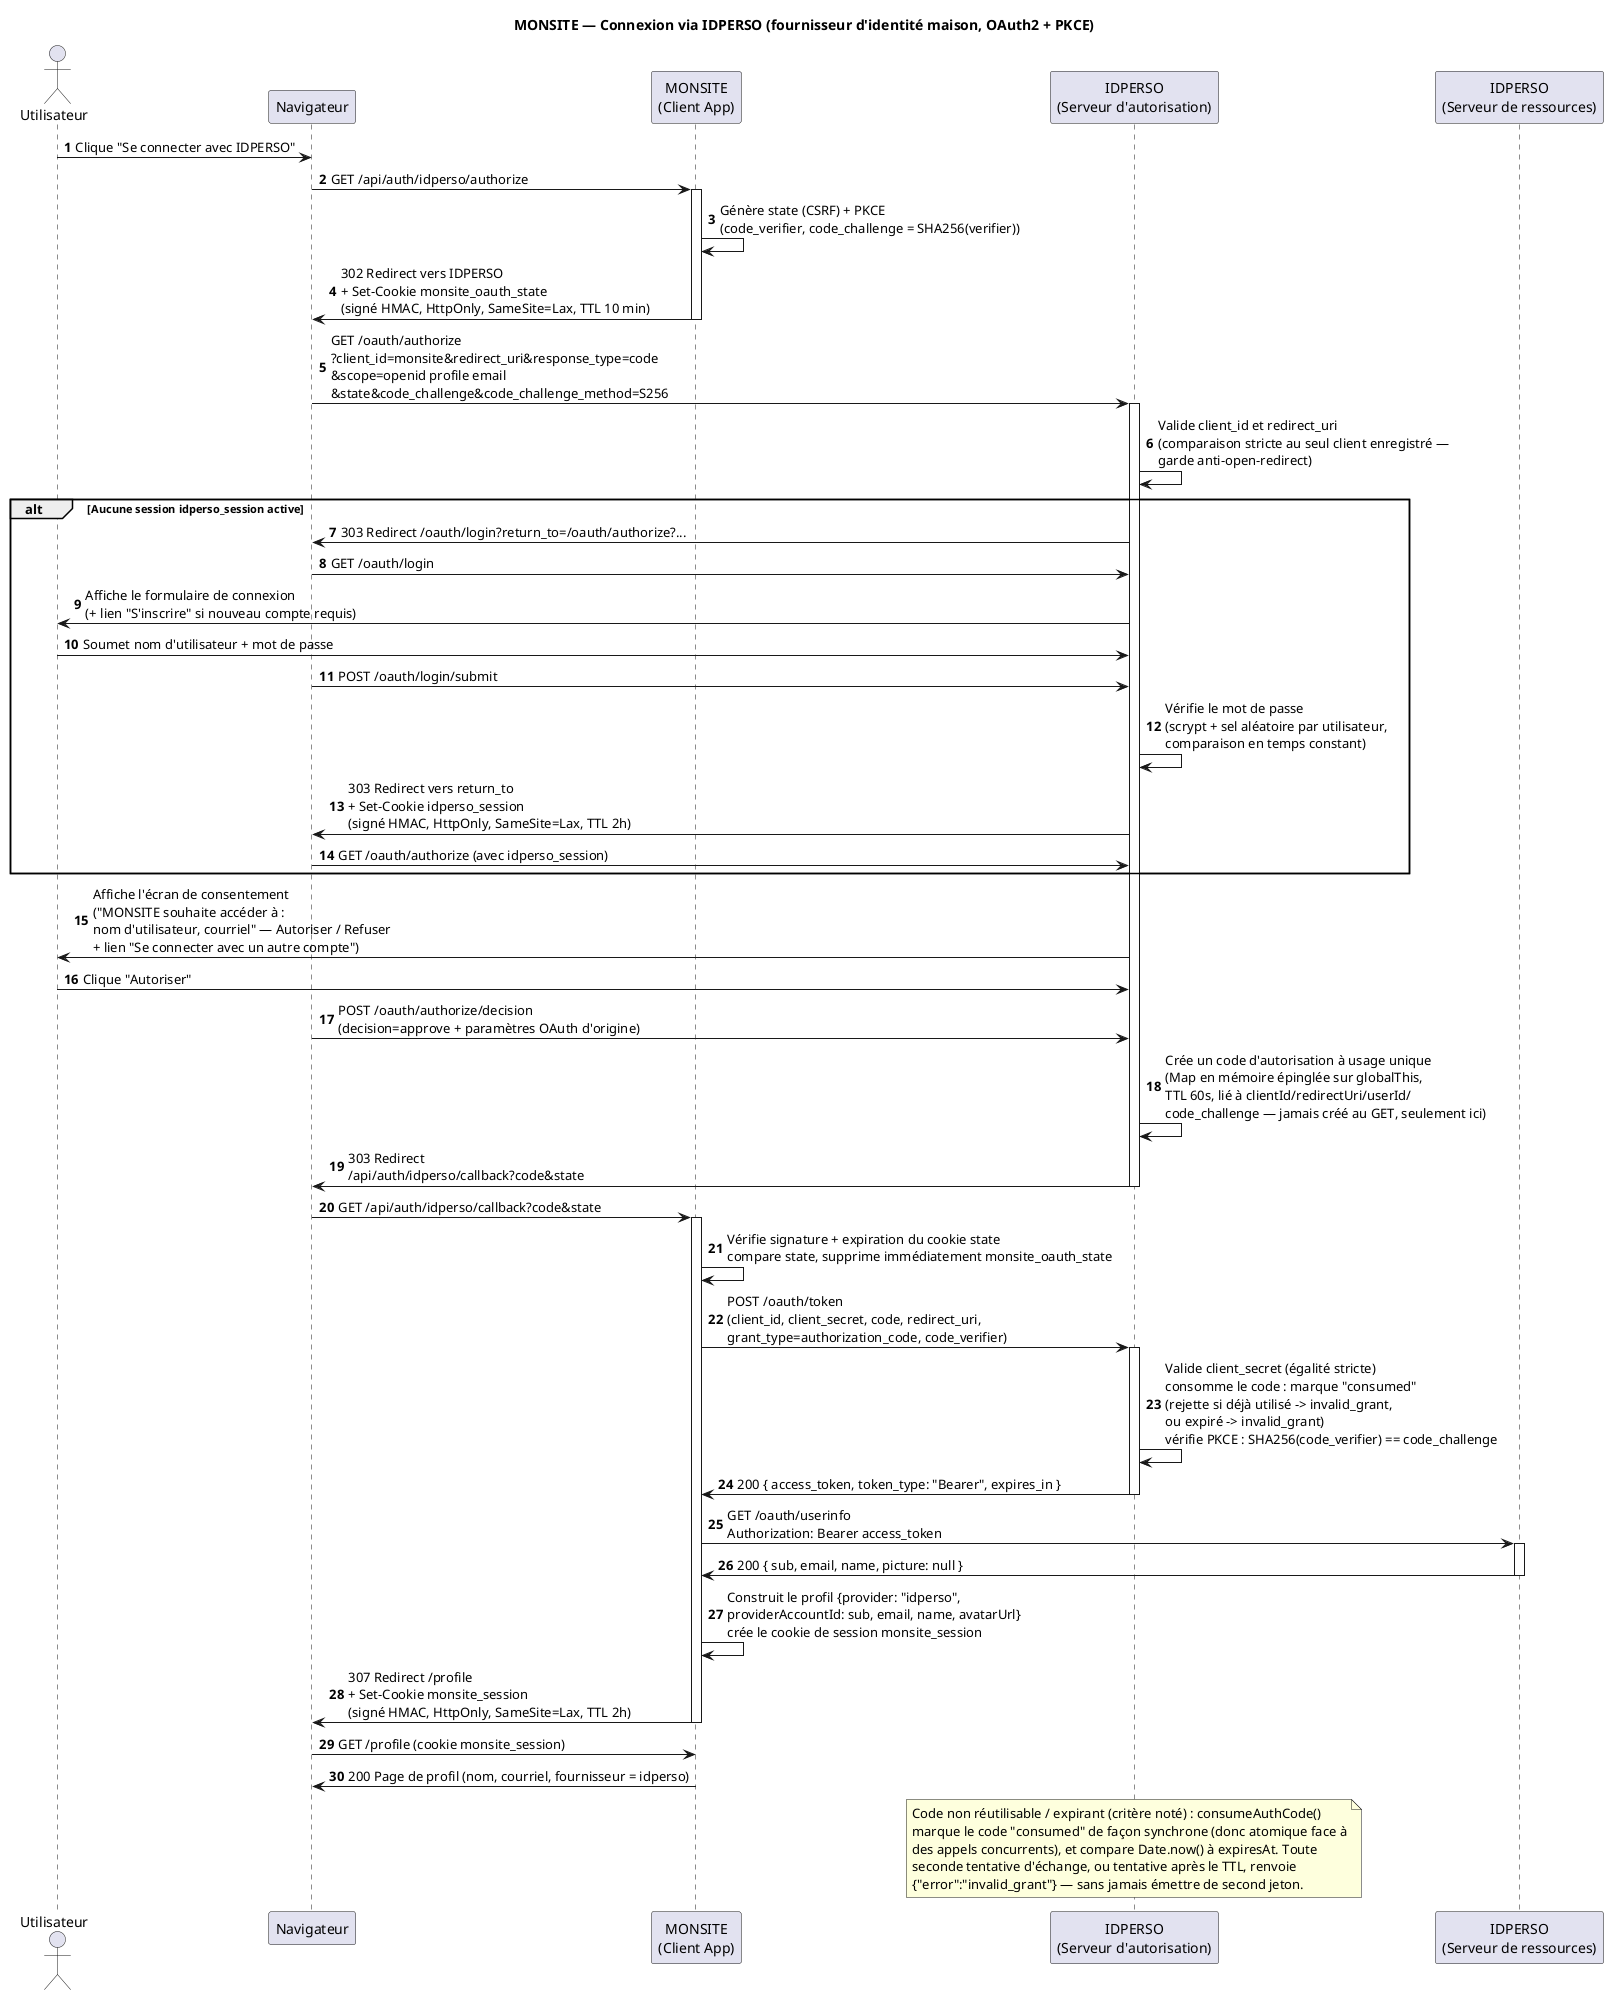
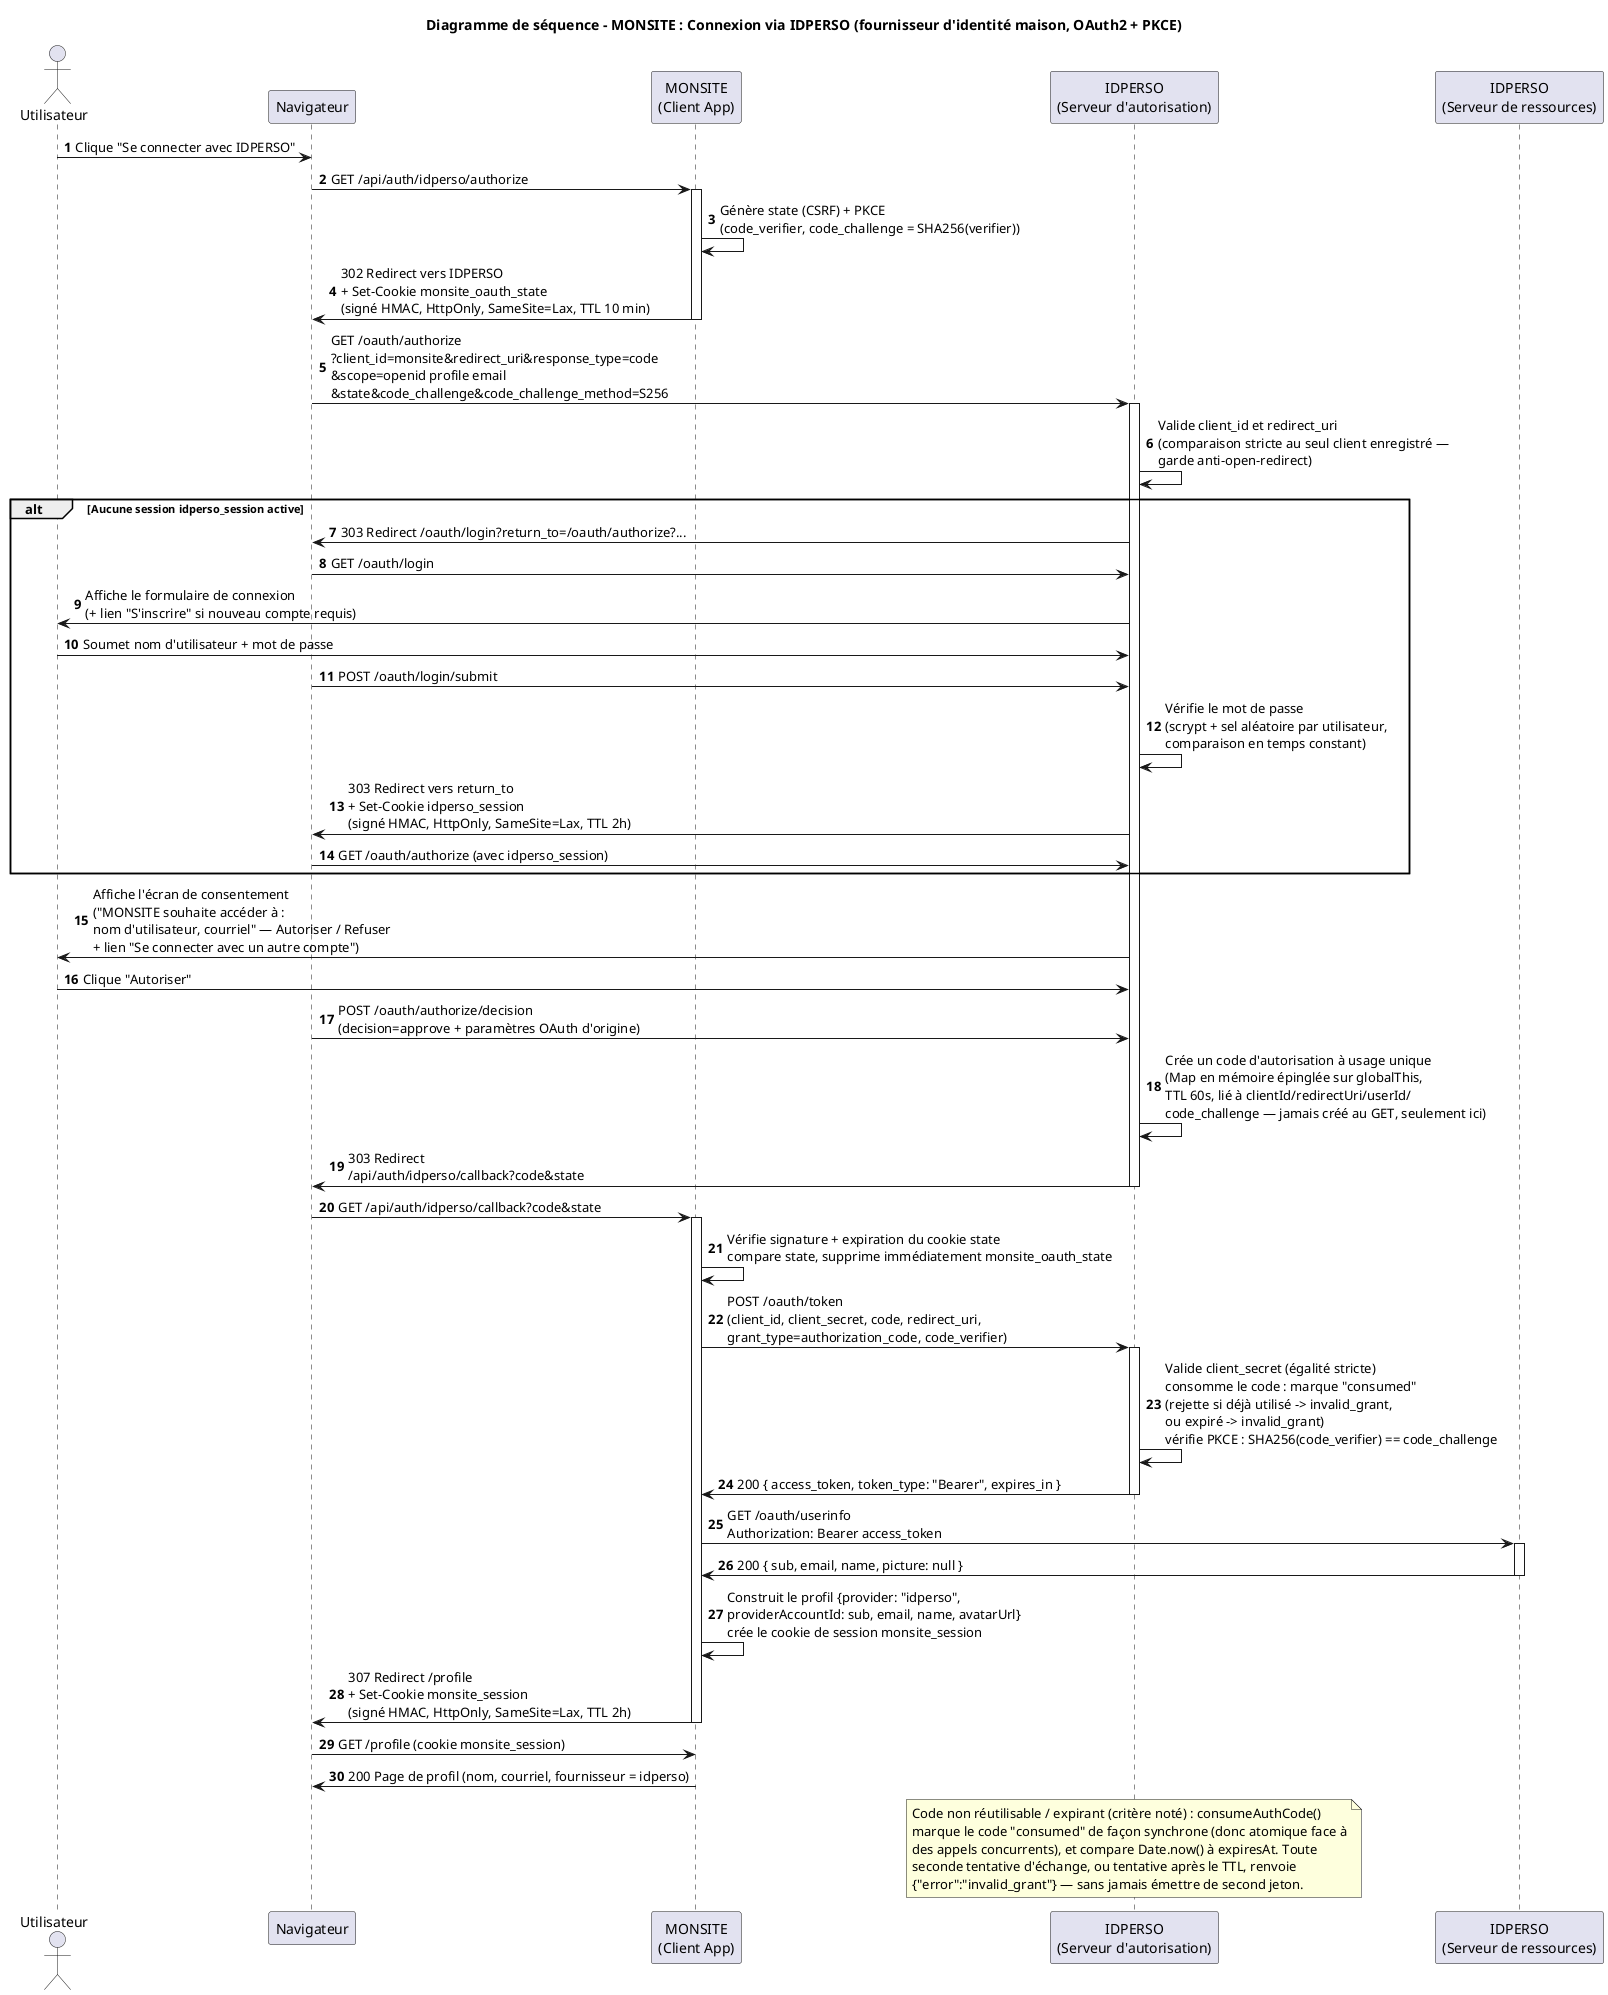
- @startuml sequence-idperso
- title MONSITE — Connexion via IDPERSO (fournisseur d'identité maison, OAuth2 + PKCE)
+ @startuml diagram_sequence_idperso
+ 
+ title Diagramme de séquence - MONSITE : Connexion via IDPERSO (fournisseur d'identité maison, OAuth2 + PKCE)

autonumber

actor "Utilisateur" as User
participant "Navigateur" as Browser
participant "MONSITE\n(Client App)" as Monsite
participant "IDPERSO\n(Serveur d'autorisation)" as IdpAuth
participant "IDPERSO\n(Serveur de ressources)" as IdpRes

User -> Browser: Clique "Se connecter avec IDPERSO"
Browser -> Monsite: GET /api/auth/idperso/authorize
activate Monsite
Monsite -> Monsite: Génère state (CSRF) + PKCE\n(code_verifier, code_challenge = SHA256(verifier))
Monsite -> Browser: 302 Redirect vers IDPERSO\n+ Set-Cookie monsite_oauth_state\n(signé HMAC, HttpOnly, SameSite=Lax, TTL 10 min)
deactivate Monsite

Browser -> IdpAuth: GET /oauth/authorize\n?client_id=monsite&redirect_uri&response_type=code\n&scope=openid profile email\n&state&code_challenge&code_challenge_method=S256
activate IdpAuth
IdpAuth -> IdpAuth: Valide client_id et redirect_uri\n(comparaison stricte au seul client enregistré —\ngarde anti-open-redirect)

alt Aucune session idperso_session active
  IdpAuth -> Browser: 303 Redirect /oauth/login?return_to=/oauth/authorize?...
  Browser -> IdpAuth: GET /oauth/login
  IdpAuth -> User: Affiche le formulaire de connexion\n(+ lien "S'inscrire" si nouveau compte requis)
  User -> IdpAuth: Soumet nom d'utilisateur + mot de passe
  Browser -> IdpAuth: POST /oauth/login/submit
  IdpAuth -> IdpAuth: Vérifie le mot de passe\n(scrypt + sel aléatoire par utilisateur,\ncomparaison en temps constant)
  IdpAuth -> Browser: 303 Redirect vers return_to\n+ Set-Cookie idperso_session\n(signé HMAC, HttpOnly, SameSite=Lax, TTL 2h)
  Browser -> IdpAuth: GET /oauth/authorize (avec idperso_session)
end

IdpAuth -> User: Affiche l'écran de consentement\n("MONSITE souhaite accéder à :\nnom d'utilisateur, courriel" — Autoriser / Refuser\n+ lien "Se connecter avec un autre compte")
User -> IdpAuth: Clique "Autoriser"
Browser -> IdpAuth: POST /oauth/authorize/decision\n(decision=approve + paramètres OAuth d'origine)
IdpAuth -> IdpAuth: Crée un code d'autorisation à usage unique\n(Map en mémoire épinglée sur globalThis,\nTTL 60s, lié à clientId/redirectUri/userId/\ncode_challenge — jamais créé au GET, seulement ici)
IdpAuth -> Browser: 303 Redirect\n/api/auth/idperso/callback?code&state
deactivate IdpAuth

Browser -> Monsite: GET /api/auth/idperso/callback?code&state
activate Monsite
Monsite -> Monsite: Vérifie signature + expiration du cookie state\ncompare state, supprime immédiatement monsite_oauth_state
Monsite -> IdpAuth: POST /oauth/token\n(client_id, client_secret, code, redirect_uri,\ngrant_type=authorization_code, code_verifier)
activate IdpAuth
IdpAuth -> IdpAuth: Valide client_secret (égalité stricte)\nconsomme le code : marque "consumed"\n(rejette si déjà utilisé -> invalid_grant,\nou expiré -> invalid_grant)\nvérifie PKCE : SHA256(code_verifier) == code_challenge
IdpAuth -> Monsite: 200 { access_token, token_type: "Bearer", expires_in }
deactivate IdpAuth

Monsite -> IdpRes: GET /oauth/userinfo\nAuthorization: Bearer access_token
activate IdpRes
IdpRes -> Monsite: 200 { sub, email, name, picture: null }
deactivate IdpRes

Monsite -> Monsite: Construit le profil {provider: "idperso",\nproviderAccountId: sub, email, name, avatarUrl}\ncrée le cookie de session monsite_session
Monsite -> Browser: 307 Redirect /profile\n+ Set-Cookie monsite_session\n(signé HMAC, HttpOnly, SameSite=Lax, TTL 2h)
deactivate Monsite

Browser -> Monsite: GET /profile (cookie monsite_session)
Monsite -> Browser: 200 Page de profil (nom, courriel, fournisseur = idperso)

note over IdpAuth
  Code non réutilisable / expirant (critère noté) : consumeAuthCode()
  marque le code "consumed" de façon synchrone (donc atomique face à
  des appels concurrents), et compare Date.now() à expiresAt. Toute
  seconde tentative d'échange, ou tentative après le TTL, renvoie
  {"error":"invalid_grant"} — sans jamais émettre de second jeton.
end note

@enduml
